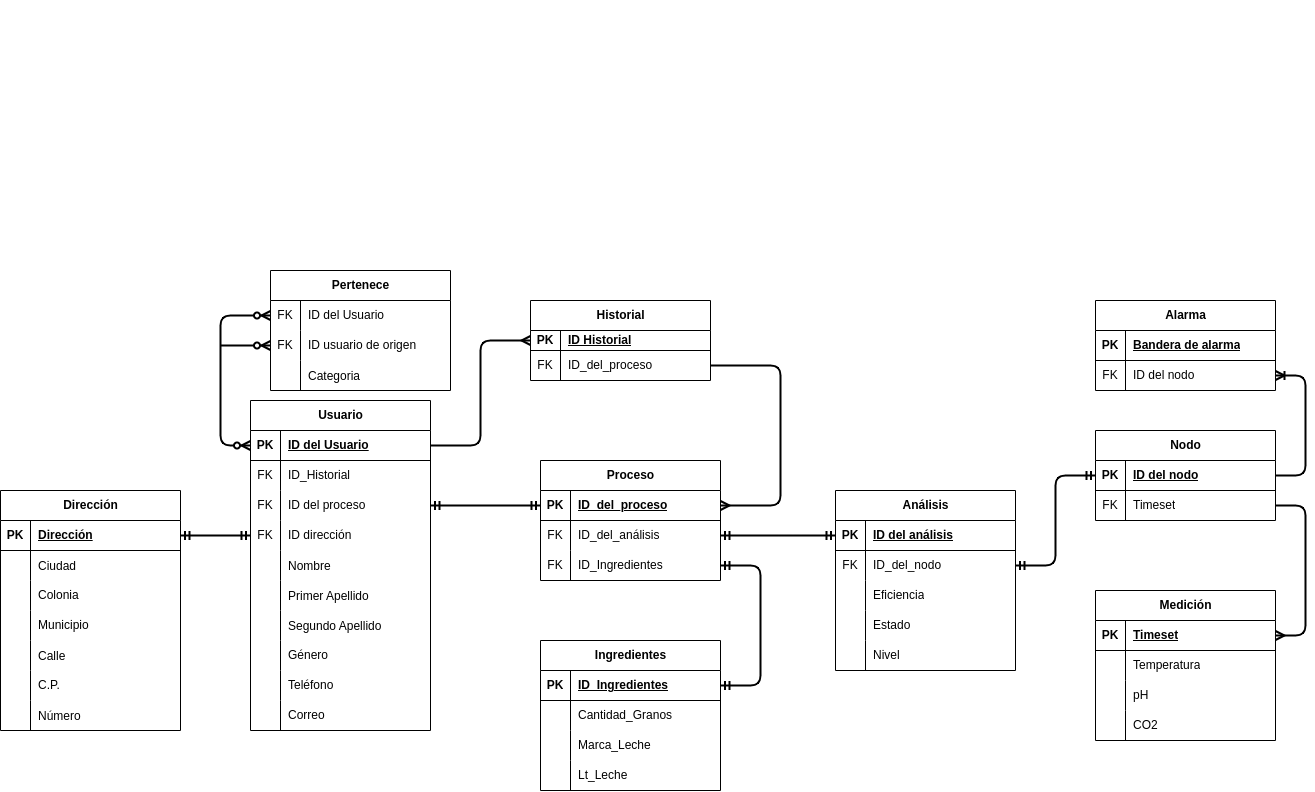
Above: UML/Modulo3/diseno3.drawio.png in miicxitl-kin/Proyecto-Terminal-1-y-2 (draw.io), before the change. Source tidied: cells renumbered, new cells last; positions are measured from the earlier drawing's top-left corner, leaving out a move shared by most shapes.
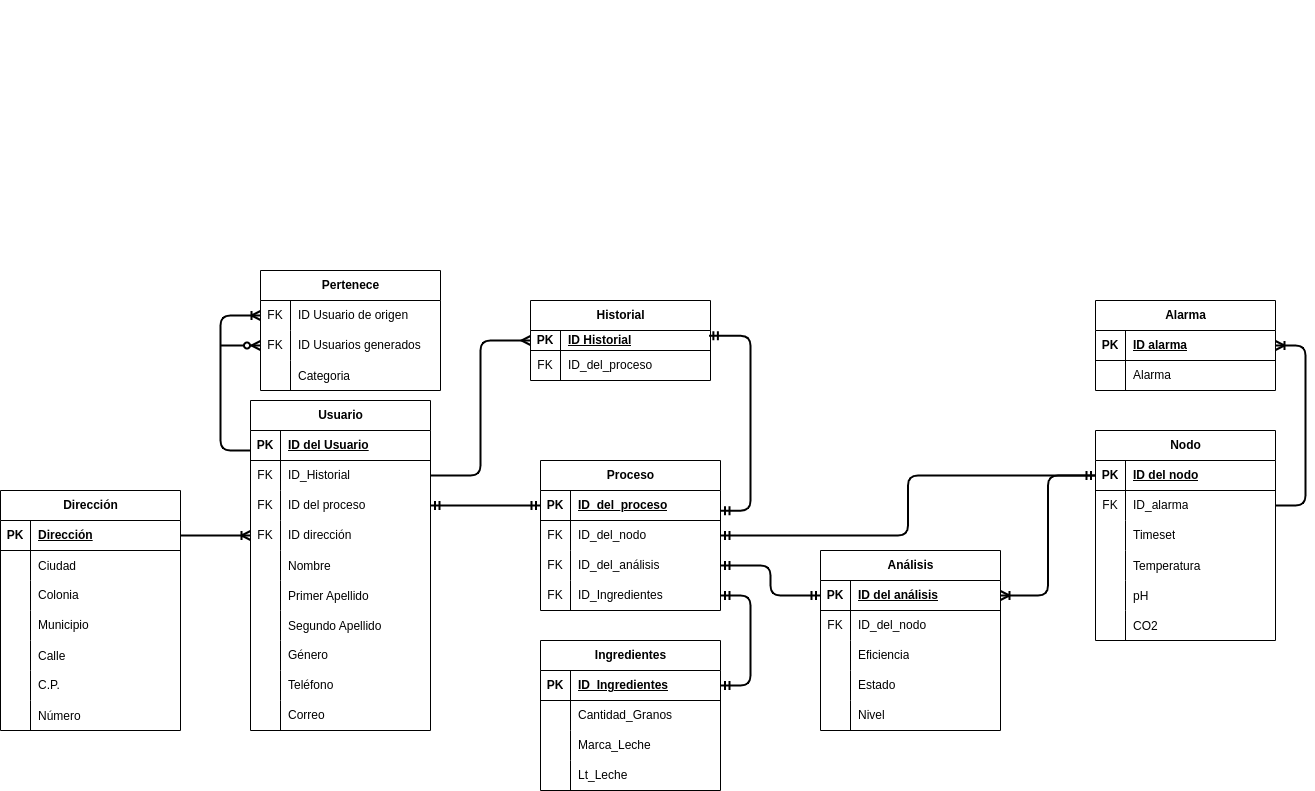
Later version of the same file.

Change to the diagram source:
```diff
@@ -173,3 +173,3 @@
     <mxCell id="58" value="Pertenece" style="shape=table;startSize=30;rowLines=0;fontStyle=1;align=center;html=1;" parent="1" vertex="1">
-      <mxGeometry x="270" y="270" width="180" height="120" as="geometry" />
+      <mxGeometry x="260" y="270" width="180" height="120" as="geometry" />
     </mxCell>
@@ -181,3 +181,3 @@
     </mxCell>
-    <mxCell id="61" value="ID del Usuario" style="shape=partialRectangle;fillColor=none;top=0;left=0;bottom=0;right=0;align=left;spacingLeft=6;fontStyle=0;overflow=hidden;whiteSpace=wrap;html=1;" parent="59" vertex="1">
+    <mxCell id="61" value="ID Usuario de origen" style="shape=partialRectangle;fillColor=none;top=0;left=0;bottom=0;right=0;align=left;spacingLeft=6;fontStyle=0;overflow=hidden;whiteSpace=wrap;html=1;" parent="59" vertex="1">
       <mxGeometry x="30" width="150" height="30" as="geometry" />
@@ -190,3 +190,3 @@
     </mxCell>
-    <mxCell id="64" value="ID usuario de origen" style="shape=partialRectangle;fillColor=none;top=0;left=0;bottom=0;right=0;align=left;spacingLeft=6;fontStyle=0;overflow=hidden;whiteSpace=wrap;html=1;" parent="62" vertex="1">
+    <mxCell id="64" value="ID Usuarios generados" style="shape=partialRectangle;fillColor=none;top=0;left=0;bottom=0;right=0;align=left;spacingLeft=6;fontStyle=0;overflow=hidden;whiteSpace=wrap;html=1;" parent="62" vertex="1">
       <mxGeometry x="30" width="150" height="30" as="geometry" />
@@ -203,3 +203,3 @@
     <mxCell id="68" value="Análisis" style="shape=table;startSize=30;rowLines=0;fontStyle=1;align=center;html=1;" parent="1" vertex="1">
-      <mxGeometry x="835" y="490" width="180" height="180" as="geometry" />
+      <mxGeometry x="820" y="550" width="180" height="180" as="geometry" />
     </mxCell>
@@ -251,3 +251,3 @@
     <mxCell id="84" value="Nodo" style="shape=table;startSize=30;rowLines=0;fontStyle=1;align=center;html=1;" parent="1" vertex="1">
-      <mxGeometry x="1095" y="430" width="180" height="90" as="geometry" />
+      <mxGeometry x="1095" y="430" width="180" height="210" as="geometry" />
     </mxCell>
@@ -262,6 +262,15 @@
     </mxCell>
+    <mxCell id="152" style="shape=tableRow;horizontal=0;startSize=0;swimlaneHead=0;swimlaneBody=0;fillColor=none;points=[[0,0.5],[1,0.5]];portConstraint=eastwest;top=0;left=0;right=0;bottom=0;" parent="84" vertex="1">
+      <mxGeometry y="60" width="180" height="30" as="geometry" />
+    </mxCell>
+    <mxCell id="153" value="FK" style="shape=partialRectangle;fillColor=none;top=0;left=0;bottom=0;right=0;fontStyle=0;overflow=hidden;whiteSpace=wrap;html=1;" parent="152" vertex="1">
+      <mxGeometry width="30" height="30" as="geometry" />
+    </mxCell>
+    <mxCell id="154" value="ID_alarma" style="shape=partialRectangle;fillColor=none;top=0;left=0;bottom=0;right=0;align=left;spacingLeft=6;fontStyle=0;overflow=hidden;whiteSpace=wrap;html=1;" parent="152" vertex="1">
+      <mxGeometry x="30" width="150" height="30" as="geometry" />
+    </mxCell>
     <mxCell id="88" style="shape=tableRow;horizontal=0;startSize=0;swimlaneHead=0;swimlaneBody=0;fillColor=none;points=[[0,0.5],[1,0.5]];portConstraint=eastwest;top=0;left=0;right=0;bottom=0;" parent="84" vertex="1">
-      <mxGeometry y="60" width="180" height="30" as="geometry" />
+      <mxGeometry y="90" width="180" height="30" as="geometry" />
     </mxCell>
-    <mxCell id="89" value="FK" style="shape=partialRectangle;fillColor=none;top=0;left=0;bottom=0;right=0;fontStyle=0;overflow=hidden;whiteSpace=wrap;html=1;" parent="88" vertex="1">
+    <mxCell id="89" style="shape=partialRectangle;fillColor=none;top=0;left=0;bottom=0;right=0;fontStyle=0;overflow=hidden;whiteSpace=wrap;html=1;" parent="88" vertex="1">
       <mxGeometry width="30" height="30" as="geometry" />
@@ -271,2 +280,29 @@
     </mxCell>
+    <mxCell id="108" style="shape=tableRow;horizontal=0;startSize=0;swimlaneHead=0;swimlaneBody=0;fillColor=none;top=0;left=0;right=0;bottom=0;" parent="84" vertex="1">
+      <mxGeometry y="120" width="180" height="30" as="geometry" />
+    </mxCell>
+    <mxCell id="155" style="shape=partialRectangle;fillColor=none;top=0;left=0;bottom=0;right=0;overflow=hidden;" parent="108" vertex="1">
+      <mxGeometry width="30" height="30" as="geometry" />
+    </mxCell>
+    <mxCell id="104" value="Temperatura" style="shape=partialRectangle;fillColor=none;top=0;left=0;bottom=0;right=0;align=left;spacingLeft=6;overflow=hidden;" parent="108" vertex="1">
+      <mxGeometry x="30" width="150" height="30" as="geometry" />
+    </mxCell>
+    <mxCell id="156" style="shape=tableRow;horizontal=0;startSize=0;swimlaneHead=0;swimlaneBody=0;fillColor=none;top=0;left=0;right=0;bottom=0;" parent="84" vertex="1">
+      <mxGeometry y="150" width="180" height="30" as="geometry" />
+    </mxCell>
+    <mxCell id="157" style="shape=partialRectangle;fillColor=none;top=0;left=0;bottom=0;right=0;overflow=hidden;" parent="156" vertex="1">
+      <mxGeometry width="30" height="30" as="geometry" />
+    </mxCell>
+    <mxCell id="107" value="pH" style="shape=partialRectangle;fillColor=none;top=0;left=0;bottom=0;right=0;align=left;spacingLeft=6;overflow=hidden;" parent="156" vertex="1">
+      <mxGeometry x="30" width="150" height="30" as="geometry" />
+    </mxCell>
+    <mxCell id="158" style="shape=tableRow;horizontal=0;startSize=0;swimlaneHead=0;swimlaneBody=0;fillColor=none;top=0;left=0;right=0;bottom=0;" parent="84" vertex="1">
+      <mxGeometry y="180" width="180" height="30" as="geometry" />
+    </mxCell>
+    <mxCell id="159" style="shape=partialRectangle;fillColor=none;top=0;left=0;bottom=0;right=0;overflow=hidden;" parent="158" vertex="1">
+      <mxGeometry width="30" height="30" as="geometry" />
+    </mxCell>
+    <mxCell id="110" value="CO2" style="shape=partialRectangle;fillColor=none;top=0;left=0;bottom=0;right=0;align=left;spacingLeft=6;overflow=hidden;" parent="158" vertex="1">
+      <mxGeometry x="30" width="150" height="30" as="geometry" />
+    </mxCell>
     <mxCell id="91" value="Alarma" style="shape=table;startSize=30;rowLines=0;fontStyle=1;align=center;html=1;" parent="1" vertex="1">
@@ -280,3 +316,3 @@
     </mxCell>
-    <mxCell id="94" value="Bandera de alarma" style="shape=partialRectangle;fillColor=none;top=0;left=0;bottom=0;right=0;align=left;spacingLeft=6;fontStyle=5;overflow=hidden;whiteSpace=wrap;html=1;" parent="92" vertex="1">
+    <mxCell id="94" value="ID alarma" style="shape=partialRectangle;fillColor=none;top=0;left=0;bottom=0;right=0;align=left;spacingLeft=6;fontStyle=5;overflow=hidden;whiteSpace=wrap;html=1;" parent="92" vertex="1">
       <mxGeometry x="30" width="150" height="30" as="geometry" />
@@ -286,75 +322,8 @@
     </mxCell>
-    <mxCell id="96" value="FK" style="shape=partialRectangle;fillColor=none;top=0;left=0;bottom=0;right=0;fontStyle=0;overflow=hidden;whiteSpace=wrap;html=1;" parent="95" vertex="1">
+    <mxCell id="96" style="shape=partialRectangle;fillColor=none;top=0;left=0;bottom=0;right=0;fontStyle=0;overflow=hidden;whiteSpace=wrap;html=1;" parent="95" vertex="1">
       <mxGeometry width="30" height="30" as="geometry" />
     </mxCell>
-    <mxCell id="97" value="ID del nodo" style="shape=partialRectangle;fillColor=none;top=0;left=0;bottom=0;right=0;align=left;spacingLeft=6;fontStyle=0;overflow=hidden;whiteSpace=wrap;html=1;" parent="95" vertex="1">
+    <mxCell id="97" value="Alarma" style="shape=partialRectangle;fillColor=none;top=0;left=0;bottom=0;right=0;align=left;spacingLeft=6;fontStyle=0;overflow=hidden;whiteSpace=wrap;html=1;" parent="95" vertex="1">
       <mxGeometry x="30" width="150" height="30" as="geometry" />
     </mxCell>
-    <mxCell id="98" value="Medición" style="shape=table;startSize=30;rowLines=0;fontStyle=1;align=center;html=1;" parent="1" vertex="1">
-      <mxGeometry x="1095" y="590" width="180" height="150" as="geometry" />
-    </mxCell>
-    <mxCell id="99" style="shape=tableRow;horizontal=0;startSize=0;swimlaneHead=0;swimlaneBody=0;fillColor=none;points=[[0,0.5],[1,0.5]];portConstraint=eastwest;top=0;left=0;right=0;bottom=1;" parent="98" vertex="1">
-      <mxGeometry y="30" width="180" height="30" as="geometry" />
-    </mxCell>
-    <mxCell id="100" value="PK" style="shape=partialRectangle;fillColor=none;top=0;left=0;bottom=0;right=0;fontStyle=1;overflow=hidden;whiteSpace=wrap;html=1;" parent="99" vertex="1">
-      <mxGeometry width="30" height="30" as="geometry" />
-    </mxCell>
-    <mxCell id="101" value="Timeset" style="shape=partialRectangle;fillColor=none;top=0;left=0;bottom=0;right=0;align=left;spacingLeft=6;fontStyle=5;overflow=hidden;whiteSpace=wrap;html=1;" parent="99" vertex="1">
-      <mxGeometry x="30" width="150" height="30" as="geometry" />
-    </mxCell>
-    <mxCell id="102" style="shape=tableRow;horizontal=0;startSize=0;swimlaneHead=0;swimlaneBody=0;fillColor=none;top=0;left=0;right=0;bottom=0;" parent="98" vertex="1">
-      <mxGeometry y="60" width="180" height="30" as="geometry" />
-    </mxCell>
-    <mxCell id="103" style="shape=partialRectangle;fillColor=none;top=0;left=0;bottom=0;right=0;overflow=hidden;whiteSpace=wrap;html=1;" parent="102" vertex="1">
-      <mxGeometry width="30" height="30" as="geometry" />
-    </mxCell>
-    <mxCell id="104" value="Temperatura" style="shape=partialRectangle;fillColor=none;top=0;left=0;bottom=0;right=0;align=left;spacingLeft=6;overflow=hidden;whiteSpace=wrap;html=1;" parent="102" vertex="1">
-      <mxGeometry x="30" width="150" height="30" as="geometry" />
-    </mxCell>
-    <mxCell id="105" style="shape=tableRow;horizontal=0;startSize=0;swimlaneHead=0;swimlaneBody=0;fillColor=none;top=0;left=0;right=0;bottom=0;" parent="98" vertex="1">
-      <mxGeometry y="90" width="180" height="30" as="geometry" />
-    </mxCell>
-    <mxCell id="106" style="shape=partialRectangle;fillColor=none;top=0;left=0;bottom=0;right=0;overflow=hidden;whiteSpace=wrap;html=1;" parent="105" vertex="1">
-      <mxGeometry width="30" height="30" as="geometry" />
-    </mxCell>
-    <mxCell id="107" value="pH" style="shape=partialRectangle;fillColor=none;top=0;left=0;bottom=0;right=0;align=left;spacingLeft=6;overflow=hidden;whiteSpace=wrap;html=1;" parent="105" vertex="1">
-      <mxGeometry x="30" width="150" height="30" as="geometry" />
-    </mxCell>
-    <mxCell id="108" style="shape=tableRow;horizontal=0;startSize=0;swimlaneHead=0;swimlaneBody=0;fillColor=none;top=0;left=0;right=0;bottom=0;" parent="98" vertex="1">
-      <mxGeometry y="120" width="180" height="30" as="geometry" />
-    </mxCell>
-    <mxCell id="109" style="shape=partialRectangle;fillColor=none;top=0;left=0;bottom=0;right=0;overflow=hidden;whiteSpace=wrap;html=1;" parent="108" vertex="1">
-      <mxGeometry width="30" height="30" as="geometry" />
-    </mxCell>
-    <mxCell id="110" value="CO2" style="shape=partialRectangle;fillColor=none;top=0;left=0;bottom=0;right=0;align=left;spacingLeft=6;overflow=hidden;whiteSpace=wrap;html=1;" parent="108" vertex="1">
-      <mxGeometry x="30" width="150" height="30" as="geometry" />
-    </mxCell>
-    <mxCell id="111" style="fontSize=12;html=1;endArrow=ERzeroToMany;endFill=1;startArrow=ERzeroToMany;exitX=0;exitY=0.5;exitDx=0;exitDy=0;elbow=vertical;strokeWidth=2;entryX=0;entryY=0.5;entryDx=0;entryDy=0;edgeStyle=orthogonalEdgeStyle;" parent="1" edge="1" source="6" target="59">
-      <mxGeometry relative="1" as="geometry">
-        <Array as="points">
-          <mxPoint x="220" y="445" />
-          <mxPoint x="220" y="315" />
-        </Array>
-      </mxGeometry>
-    </mxCell>
-    <mxCell id="112" style="edgeStyle=orthogonalEdgeStyle;fontSize=12;html=1;endArrow=ERmandOne;startArrow=ERmandOne;entryX=0;entryY=0.5;entryDx=0;entryDy=0;strokeWidth=2;exitX=1;exitY=0.5;exitDx=0;exitDy=0;" parent="1" edge="1" source="72" target="85">
-      <mxGeometry relative="1" as="geometry" />
-    </mxCell>
-    <mxCell id="113" style="edgeStyle=entityRelationEdgeStyle;fontSize=12;html=1;endArrow=ERoneToMany;entryX=1;entryY=0.5;entryDx=0;entryDy=0;exitX=1;exitY=0.5;exitDx=0;exitDy=0;strokeWidth=2;" parent="1" edge="1" source="85" target="95">
-      <mxGeometry relative="1" as="geometry">
-        <Array as="points">
-          <mxPoint x="1330" y="430" />
-        </Array>
-      </mxGeometry>
-    </mxCell>
-    <mxCell id="114" style="edgeStyle=entityRelationEdgeStyle;fontSize=12;html=1;endArrow=ERmany;entryX=1;entryY=0.5;entryDx=0;entryDy=0;exitX=1;exitY=0.5;exitDx=0;exitDy=0;strokeWidth=2;" parent="1" edge="1" source="88" target="99">
-      <mxGeometry relative="1" as="geometry">
-        <Array as="points">
-          <mxPoint x="1320" y="570" />
-          <mxPoint x="1330" y="570" />
-          <mxPoint x="1320" y="570" />
-          <mxPoint x="1305" y="570" />
-        </Array>
-      </mxGeometry>
-    </mxCell>
     <mxCell id="115" value="Historial" style="shape=table;startSize=30;rowLines=0;fontStyle=1;align=center;html=1;" parent="1" vertex="1">
@@ -423,3 +392,3 @@
     <mxCell id="136" value="Proceso" style="shape=table;startSize=30;rowLines=0;fontStyle=1;align=center;html=1;" parent="1" vertex="1">
-      <mxGeometry x="540" y="460" width="180" height="120" as="geometry" />
+      <mxGeometry x="540" y="460" width="180" height="150" as="geometry" />
     </mxCell>
@@ -434,4 +403,13 @@
     </mxCell>
+    <mxCell id="160" style="shape=tableRow;horizontal=0;startSize=0;swimlaneHead=0;swimlaneBody=0;fillColor=none;points=[[0,0.5],[1,0.5]];portConstraint=eastwest;top=0;left=0;right=0;bottom=0;" parent="136" vertex="1">
+      <mxGeometry y="60" width="180" height="30" as="geometry" />
+    </mxCell>
+    <mxCell id="161" value="FK" style="shape=partialRectangle;fillColor=none;top=0;left=0;bottom=0;right=0;fontStyle=0;overflow=hidden;whiteSpace=wrap;html=1;" parent="160" vertex="1">
+      <mxGeometry width="30" height="30" as="geometry" />
+    </mxCell>
+    <mxCell id="162" value="ID_del_nodo" style="shape=partialRectangle;fillColor=none;top=0;left=0;bottom=0;right=0;align=left;spacingLeft=6;fontStyle=0;overflow=hidden;whiteSpace=wrap;html=1;" parent="160" vertex="1">
+      <mxGeometry x="30" width="150" height="30" as="geometry" />
+    </mxCell>
     <mxCell id="140" style="shape=tableRow;horizontal=0;startSize=0;swimlaneHead=0;swimlaneBody=0;fillColor=none;points=[[0,0.5],[1,0.5]];portConstraint=eastwest;top=0;left=0;right=0;bottom=0;" parent="136" vertex="1">
-      <mxGeometry y="60" width="180" height="30" as="geometry" />
+      <mxGeometry y="90" width="180" height="30" as="geometry" />
     </mxCell>
@@ -444,3 +422,3 @@
     <mxCell id="143" style="shape=tableRow;horizontal=0;startSize=0;swimlaneHead=0;swimlaneBody=0;fillColor=none;points=[[0,0.5],[1,0.5]];portConstraint=eastwest;top=0;left=0;right=0;bottom=0;" parent="136" vertex="1">
-      <mxGeometry y="90" width="180" height="30" as="geometry" />
+      <mxGeometry y="120" width="180" height="30" as="geometry" />
     </mxCell>
@@ -452,3 +430,3 @@
     </mxCell>
-    <mxCell id="146" style="fontSize=12;html=1;endArrow=ERmandOne;startArrow=ERmandOne;strokeWidth=2;exitX=1;exitY=0.5;exitDx=0;exitDy=0;entryX=0;entryY=0.5;entryDx=0;entryDy=0;" parent="1" edge="1" source="140" target="69">
+    <mxCell id="146" style="fontSize=12;html=1;endArrow=ERmandOne;startArrow=ERmandOne;strokeWidth=2;exitX=1;exitY=0.5;exitDx=0;exitDy=0;entryX=0;entryY=0.5;entryDx=0;entryDy=0;edgeStyle=orthogonalEdgeStyle;" parent="1" edge="1" source="140" target="69">
       <mxGeometry relative="1" as="geometry" />
@@ -458,4 +436,4 @@
         <Array as="points">
-          <mxPoint x="760" y="565" />
-          <mxPoint x="760" y="685" />
+          <mxPoint x="750" y="595" />
+          <mxPoint x="750" y="685" />
         </Array>
@@ -463,21 +441,42 @@
     </mxCell>
-    <mxCell id="148" style="edgeStyle=orthogonalEdgeStyle;fontSize=12;html=1;endArrow=ERmany;entryX=1;entryY=0.5;entryDx=0;entryDy=0;exitX=1;exitY=0.5;exitDx=0;exitDy=0;strokeWidth=2;" parent="1" edge="1" source="119" target="137">
-      <mxGeometry relative="1" as="geometry">
-        <Array as="points">
-          <mxPoint x="780" y="365" />
-          <mxPoint x="780" y="505" />
-        </Array>
-      </mxGeometry>
-    </mxCell>
+    <mxCell id="151" style="fontSize=12;html=1;endArrow=ERmany;entryX=0;entryY=0.5;entryDx=0;entryDy=0;exitX=1;exitY=0.5;exitDx=0;exitDy=0;strokeWidth=2;edgeStyle=orthogonalEdgeStyle;" parent="1" edge="1" source="9" target="116">
+      <mxGeometry relative="1" as="geometry" />
+    </mxCell>
+    <mxCell id="163" style="edgeStyle=orthogonalEdgeStyle;fontSize=12;html=1;endArrow=ERmandOne;entryX=1;entryY=0.5;entryDx=0;entryDy=0;exitX=0;exitY=0.5;exitDx=0;exitDy=0;strokeWidth=2;" parent="1" edge="1" source="85" target="160">
+      <mxGeometry relative="1" as="geometry" />
+    </mxCell>
+    <mxCell id="164" style="fontSize=12;html=1;endArrow=ERzeroToMany;endFill=1;entryX=0;entryY=0.5;entryDx=0;entryDy=0;strokeWidth=2;" parent="1" edge="1" target="62">
+      <mxGeometry relative="1" as="geometry">
+        <mxPoint x="220" y="345" as="sourcePoint" />
+      </mxGeometry>
+    </mxCell>
-    <mxCell id="149" style="edgeStyle=entityRelationEdgeStyle;fontSize=12;html=1;endArrow=ERmandOne;startArrow=ERmandOne;entryX=0;entryY=0.5;entryDx=0;entryDy=0;exitX=1;exitY=0.5;exitDx=0;exitDy=0;strokeWidth=2;" parent="1" edge="1" source="37" target="15">
+    <mxCell id="149" style="edgeStyle=entityRelationEdgeStyle;fontSize=12;html=1;endArrow=ERoneToMany;entryX=0;entryY=0.5;entryDx=0;entryDy=0;exitX=1;exitY=0.5;exitDx=0;exitDy=0;strokeWidth=2;" parent="1" edge="1" source="37" target="15">
       <mxGeometry relative="1" as="geometry" />
     </mxCell>
-    <mxCell id="150" style="fontSize=12;html=1;endArrow=ERzeroToMany;endFill=1;entryX=0;entryY=0.5;entryDx=0;entryDy=0;strokeWidth=2;" parent="1" edge="1" target="62">
-      <mxGeometry relative="1" as="geometry">
-        <mxPoint x="220" y="345" as="sourcePoint" />
-      </mxGeometry>
-    </mxCell>
-    <mxCell id="151" style="fontSize=12;html=1;endArrow=ERmany;entryX=0;entryY=0.5;entryDx=0;entryDy=0;exitX=1;exitY=0.5;exitDx=0;exitDy=0;strokeWidth=2;edgeStyle=orthogonalEdgeStyle;" parent="1" edge="1" source="6" target="116">
-      <mxGeometry relative="1" as="geometry" />
-    </mxCell>
+    <mxCell id="111" style="edgeStyle=orthogonalEdgeStyle;fontSize=12;html=1;endArrow=ERoneToMany;entryX=0;entryY=0.5;entryDx=0;entryDy=0;exitX=0;exitY=0.667;exitDx=0;exitDy=0;strokeWidth=2;exitPerimeter=0;" parent="1" edge="1" source="6" target="59">
+      <mxGeometry relative="1" as="geometry">
+        <Array as="points">
+          <mxPoint x="220" y="450" />
+          <mxPoint x="220" y="315" />
+        </Array>
+      </mxGeometry>
+    </mxCell>
+    <mxCell id="165" style="fontSize=12;html=1;endArrow=ERmandOne;startArrow=ERmandOne;strokeWidth=2;exitX=1;exitY=0.672;exitDx=0;exitDy=0;entryX=0.991;entryY=0.265;entryDx=0;entryDy=0;edgeStyle=orthogonalEdgeStyle;exitPerimeter=0;entryPerimeter=0;" parent="1" edge="1" source="137" target="116">
+      <mxGeometry relative="1" as="geometry">
+        <Array as="points">
+          <mxPoint x="750" y="510" />
+          <mxPoint x="750" y="335" />
+        </Array>
+      </mxGeometry>
+    </mxCell>
+    <mxCell id="166" style="edgeStyle=orthogonalEdgeStyle;fontSize=12;html=1;endArrow=ERoneToMany;startArrow=ERmandOne;exitX=0;exitY=0.5;exitDx=0;exitDy=0;entryX=1;entryY=0.5;entryDx=0;entryDy=0;strokeWidth=2;" parent="1" edge="1" source="85" target="69">
+      <mxGeometry relative="1" as="geometry" />
+    </mxCell>
+    <mxCell id="167" style="edgeStyle=entityRelationEdgeStyle;fontSize=12;html=1;endArrow=ERoneToMany;exitX=1;exitY=0.5;exitDx=0;exitDy=0;strokeWidth=2;entryX=1;entryY=0.5;entryDx=0;entryDy=0;" parent="1" edge="1" source="152" target="91">
+      <mxGeometry relative="1" as="geometry">
+        <Array as="points">
+          <mxPoint x="1525" y="270" />
+        </Array>
+      </mxGeometry>
+    </mxCell>
   </root>
```
